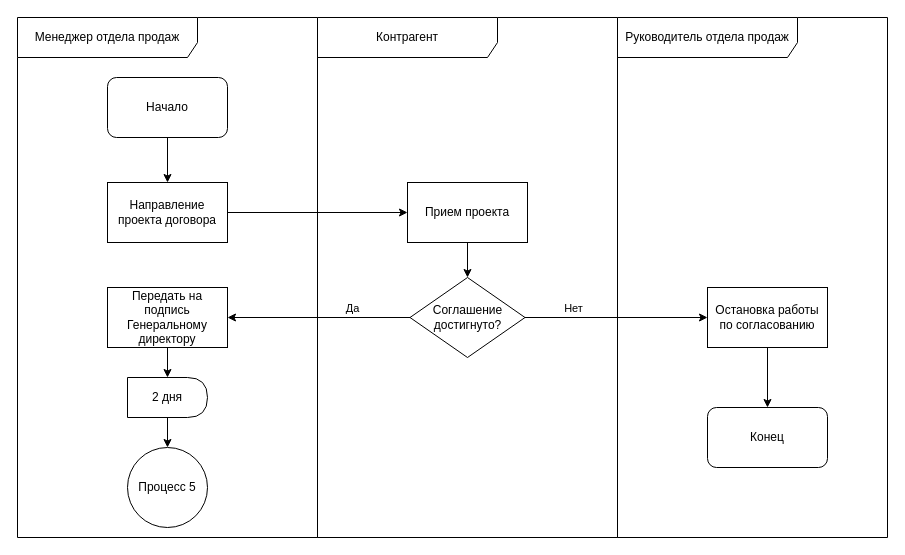
Earlier version of the draw.io diagram page "Страница — 4" (4 of 5) of 3 курс/5 семестр/Моделирование бизнес-процессов/Практика 27/pr27.drawio (Kirill010/RTU-MIREA). Source tidied: cells renumbered, new cells numbered last; positions are measured from the earlier drawing's top-left corner, leaving out a move shared by most shapes. Both pictures are drawn from the tidied source at 100%, with x=0, y=0 at pixel (17, 17).
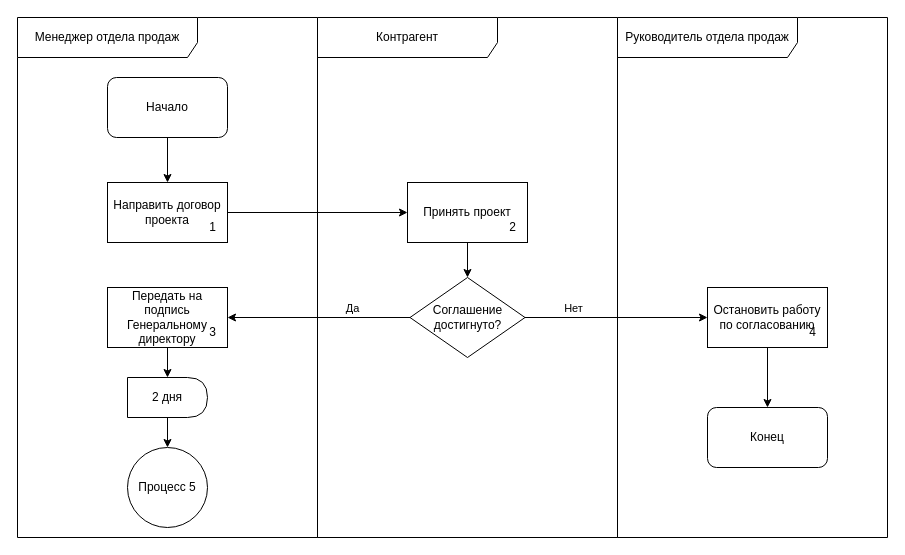
The same page after the edit.

What changed in the source:
```diff
@@
-    <mxCell id="6" value="Направление проекта договора" style="rounded=0;whiteSpace=wrap;html=1;" parent="1" vertex="1">
+    <mxCell id="6" value="Направить договор проекта" style="rounded=0;whiteSpace=wrap;html=1;" parent="1" vertex="1">
       <mxGeometry x="90" y="165" width="120" height="60" as="geometry" />
     </mxCell>
@@
-    <mxCell id="9" value="Прием проекта" style="rounded=0;whiteSpace=wrap;html=1;" parent="1" vertex="1">
+    <mxCell id="9" value="Принять проект" style="rounded=0;whiteSpace=wrap;html=1;" parent="1" vertex="1">
       <mxGeometry x="390" y="165" width="120" height="60" as="geometry" />
     </mxCell>
@@
-    <mxCell id="21" value="Остановка работы по согласованию" style="rounded=0;whiteSpace=wrap;html=1;" parent="1" vertex="1">
+    <mxCell id="21" value="Остановить работу по согласованию" style="rounded=0;whiteSpace=wrap;html=1;" parent="1" vertex="1">
       <mxGeometry x="690" y="270" width="120" height="60" as="geometry" />
     </mxCell>
@@
+    <mxCell id="24" value="1" style="text;html=1;align=center;verticalAlign=middle;strokeColor=none;fillColor=none;" parent="1" vertex="1">
+      <mxGeometry x="180" y="195" width="30" height="30" as="geometry" />
+    </mxCell>
+    <mxCell id="25" value="2" style="text;html=1;align=center;verticalAlign=middle;strokeColor=none;fillColor=none;" parent="1" vertex="1">
+      <mxGeometry x="480" y="195" width="30" height="30" as="geometry" />
+    </mxCell>
+    <mxCell id="26" value="3" style="text;html=1;align=center;verticalAlign=middle;strokeColor=none;fillColor=none;" parent="1" vertex="1">
+      <mxGeometry x="180" y="300" width="30" height="30" as="geometry" />
+    </mxCell>
+    <mxCell id="27" value="4" style="text;html=1;align=center;verticalAlign=middle;strokeColor=none;fillColor=none;" parent="1" vertex="1">
+      <mxGeometry x="780" y="300" width="30" height="30" as="geometry" />
+    </mxCell>
```
